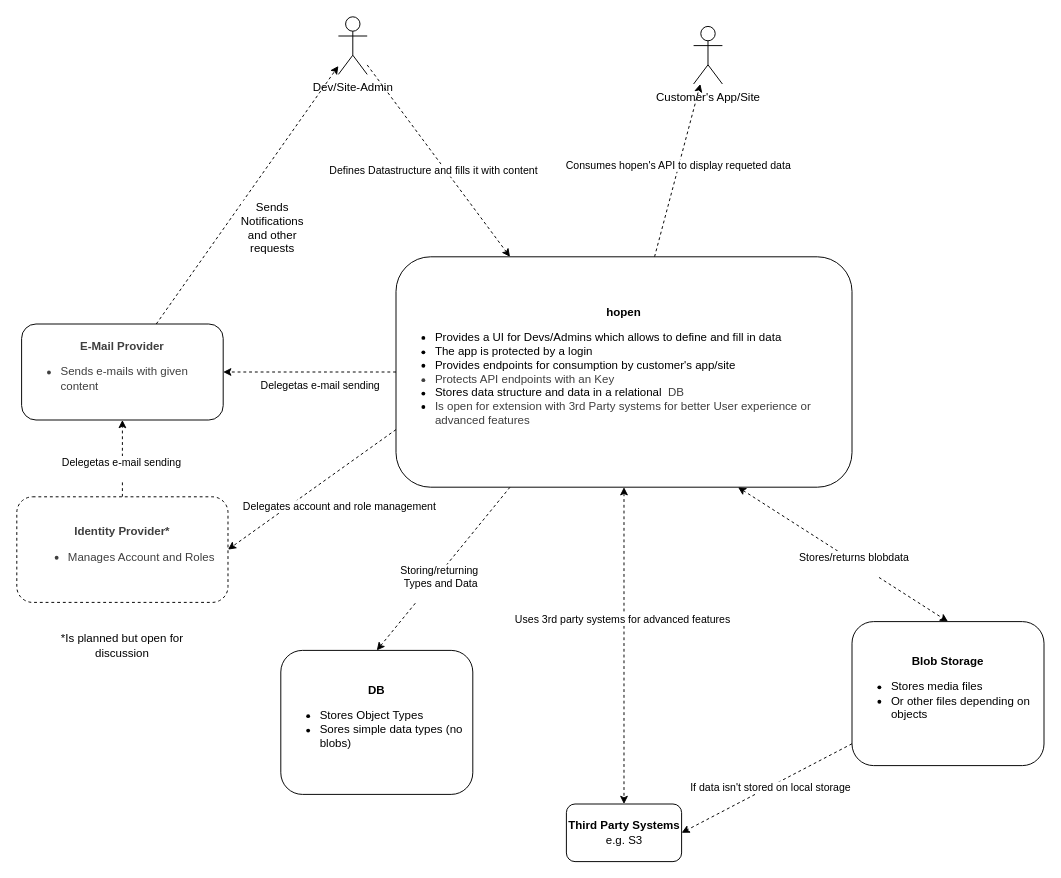
FterDev/hopen-cms keeps this draw.io diagram as docs/architecture/c4model/l1.drawio. Above is the earlier version. Source tidied: cells renumbered, new cells numbered last; positions are measured from the earlier drawing's top-left corner, leaving out a move shared by most shapes. Both pictures are drawn from the tidied source at 96%, with x=0, y=0 at pixel (16, 16).
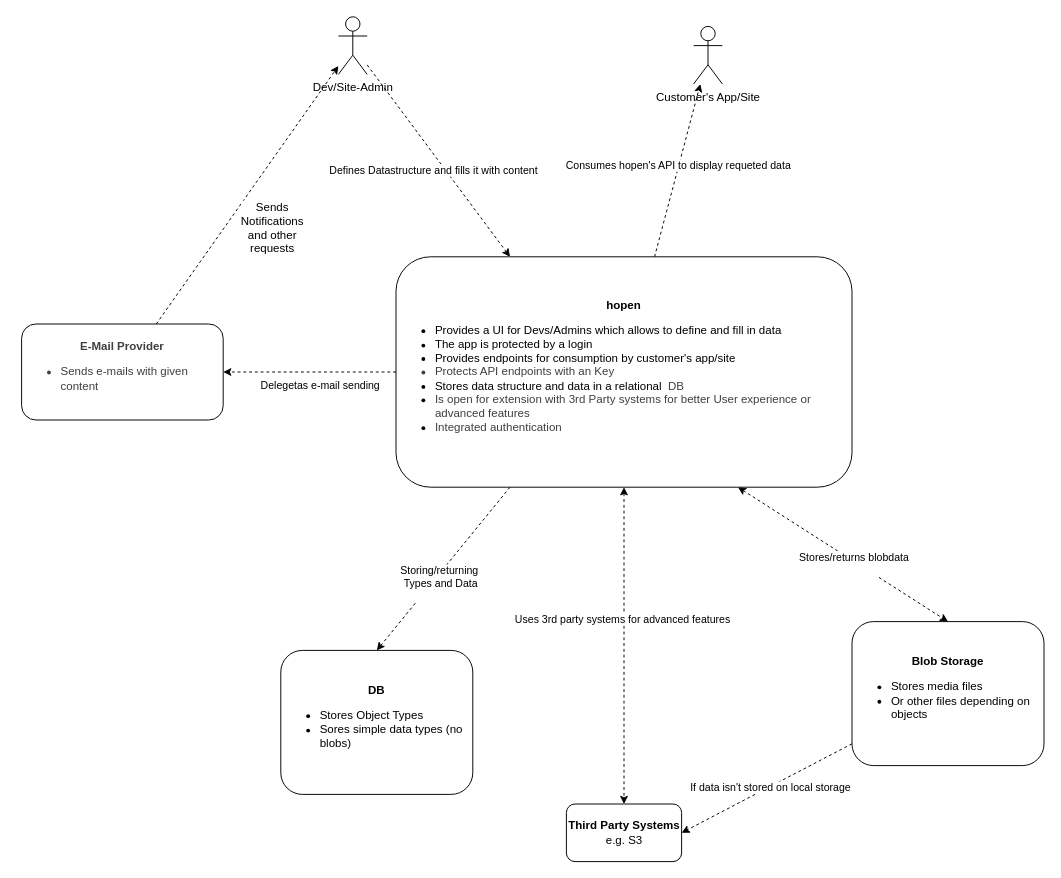
The same page after the edit.

Unchanged cells that the change refers to:
```xml
<mxCell id="22" value="&lt;b style=&quot;color: rgb(63, 63, 63); scrollbar-color: rgb(226, 226, 226) rgb(251, 251, 251);&quot;&gt;E-Mail Provider&lt;br style=&quot;color: rgb(63, 63, 63); scrollbar-color: rgb(226, 226, 226) rgb(251, 251, 251);&quot;&gt;&lt;/b&gt;&lt;div style=&quot;color: rgb(63, 63, 63); scrollbar-color: rgb(226, 226, 226) rgb(251, 251, 251); text-align: left;&quot;&gt;&lt;ul style=&quot;color: rgb(63, 63, 63); scrollbar-color: rgb(226, 226, 226) rgb(251, 251, 251);&quot;&gt;&lt;li style=&quot;color: rgb(63, 63, 63); scrollbar-color: rgb(226, 226, 226) rgb(251, 251, 251);&quot;&gt;Sends e-mails with given content&lt;/li&gt;&lt;/ul&gt;&lt;/div&gt;" style="rounded=1;whiteSpace=wrap;html=1;" parent="1" vertex="1">
  <mxGeometry x="5" y="320" width="210" height="100" as="geometry" />
</mxCell>
```

Diff of the diagram source:
```diff
@@
-    <mxCell id="11" style="edgeStyle=none;html=1;exitX=0;exitY=0.75;exitDx=0;exitDy=0;entryX=1;entryY=0.5;entryDx=0;entryDy=0;dashed=1;" parent="1" edge="1" source="17" target="25">
-      <mxGeometry relative="1" as="geometry" />
-    </mxCell>
-    <mxCell id="12" value="Delegates account and role management" style="edgeLabel;html=1;align=center;verticalAlign=middle;" parent="11" vertex="1">
-      <mxGeometry x="-0.08" y="3" relative="1" as="geometry">
-        <mxPoint x="19" y="20" as="offset" />
-      </mxGeometry>
-    </mxCell>
@@
-    <mxCell id="17" value="&lt;b&gt;hopen&lt;/b&gt;&lt;br&gt;&lt;ul&gt;&lt;li style=&quot;text-align: left;&quot;&gt;Provides a UI for Devs/Admins which allows to define and fill in data&lt;/li&gt;&lt;li style=&quot;text-align: left;&quot;&gt;The app is protected by a login&lt;/li&gt;&lt;li style=&quot;text-align: left;&quot;&gt;Provides endpoints for consumption by customer's app/site&lt;/li&gt;&lt;li style=&quot;color: rgb(63, 63, 63); scrollbar-color: rgb(226, 226, 226) rgb(251, 251, 251); text-align: left;&quot;&gt;Protects API endpoints with an Key&lt;/li&gt;&lt;li style=&quot;text-align: left;&quot;&gt;Stores data structure and data in a relational&amp;nbsp;&lt;span style=&quot;color: rgb(63, 63, 63); background-color: transparent;&quot;&gt;&amp;nbsp;DB&lt;/span&gt;&lt;/li&gt;&lt;li style=&quot;text-align: left;&quot;&gt;&lt;span style=&quot;color: rgb(63, 63, 63); background-color: transparent;&quot;&gt;Is open for extension with 3rd Party systems for better User experience or advanced features&lt;/span&gt;&lt;/li&gt;&lt;/ul&gt;" style="rounded=1;whiteSpace=wrap;html=1;" parent="1" vertex="1">
+    <mxCell id="17" value="&lt;b&gt;hopen&lt;/b&gt;&lt;br&gt;&lt;ul&gt;&lt;li style=&quot;text-align: left;&quot;&gt;Provides a UI for Devs/Admins which allows to define and fill in data&lt;/li&gt;&lt;li style=&quot;text-align: left;&quot;&gt;The app is protected by a login&lt;/li&gt;&lt;li style=&quot;text-align: left;&quot;&gt;Provides endpoints for consumption by customer's app/site&lt;/li&gt;&lt;li style=&quot;color: rgb(63, 63, 63); scrollbar-color: rgb(226, 226, 226) rgb(251, 251, 251); text-align: left;&quot;&gt;Protects API endpoints with an Key&lt;/li&gt;&lt;li style=&quot;text-align: left;&quot;&gt;Stores data structure and data in a relational&amp;nbsp;&lt;span style=&quot;color: rgb(63, 63, 63); background-color: transparent;&quot;&gt;&amp;nbsp;DB&lt;/span&gt;&lt;/li&gt;&lt;li style=&quot;text-align: left;&quot;&gt;&lt;span style=&quot;color: rgb(63, 63, 63); background-color: transparent;&quot;&gt;Is open for extension with 3rd Party systems for better User experience or advanced features&lt;/span&gt;&lt;/li&gt;&lt;li style=&quot;text-align: left;&quot;&gt;&lt;span style=&quot;color: rgb(63, 63, 63); background-color: transparent;&quot;&gt;Integrated authentication&lt;/span&gt;&lt;/li&gt;&lt;/ul&gt;" style="rounded=1;whiteSpace=wrap;html=1;" parent="1" vertex="1">
       <mxGeometry x="395" y="250" width="475" height="240" as="geometry" />
     </mxCell>
@@
-    <mxCell id="23" style="edgeStyle=none;html=1;entryX=0.5;entryY=1;entryDx=0;entryDy=0;dashed=1;" parent="1" edge="1" source="25" target="22">
-      <mxGeometry relative="1" as="geometry" />
-    </mxCell>
-    <mxCell id="24" value="Delegetas e-mail sending&lt;div style=&quot;color: rgb(63, 63, 63); scrollbar-color: rgb(226, 226, 226) rgb(251, 251, 251);&quot;&gt;&lt;br&gt;&lt;/div&gt;" style="edgeLabel;html=1;align=center;verticalAlign=middle;" parent="23" vertex="1">
-      <mxGeometry x="-0.25" y="2" relative="1" as="geometry" />
-    </mxCell>
-    <mxCell id="25" value="&lt;b style=&quot;scrollbar-color: rgb(226, 226, 226) rgb(251, 251, 251); color: rgb(63, 63, 63);&quot;&gt;Identity Provider*&lt;/b&gt;&lt;div&gt;&lt;div style=&quot;scrollbar-color: rgb(226, 226, 226) rgb(251, 251, 251); text-align: left; color: rgb(63, 63, 63);&quot;&gt;&lt;ul style=&quot;scrollbar-color: rgb(226, 226, 226) rgb(251, 251, 251); color: rgb(63, 63, 63);&quot;&gt;&lt;li style=&quot;scrollbar-color: rgb(226, 226, 226) rgb(251, 251, 251); color: rgb(63, 63, 63);&quot;&gt;Manages Account and Roles&lt;/li&gt;&lt;/ul&gt;&lt;/div&gt;&lt;/div&gt;" style="rounded=1;whiteSpace=wrap;html=1;dashed=1;" parent="1" vertex="1">
-      <mxGeometry y="500" width="220" height="110" as="geometry" />
-    </mxCell>
-    <mxCell id="26" value="*Is planned but open for discussion" style="text;html=1;align=center;verticalAlign=middle;whiteSpace=wrap;rounded=0;" parent="1" vertex="1">
-      <mxGeometry x="40" y="640" width="140" height="30" as="geometry" />
-    </mxCell>
```
